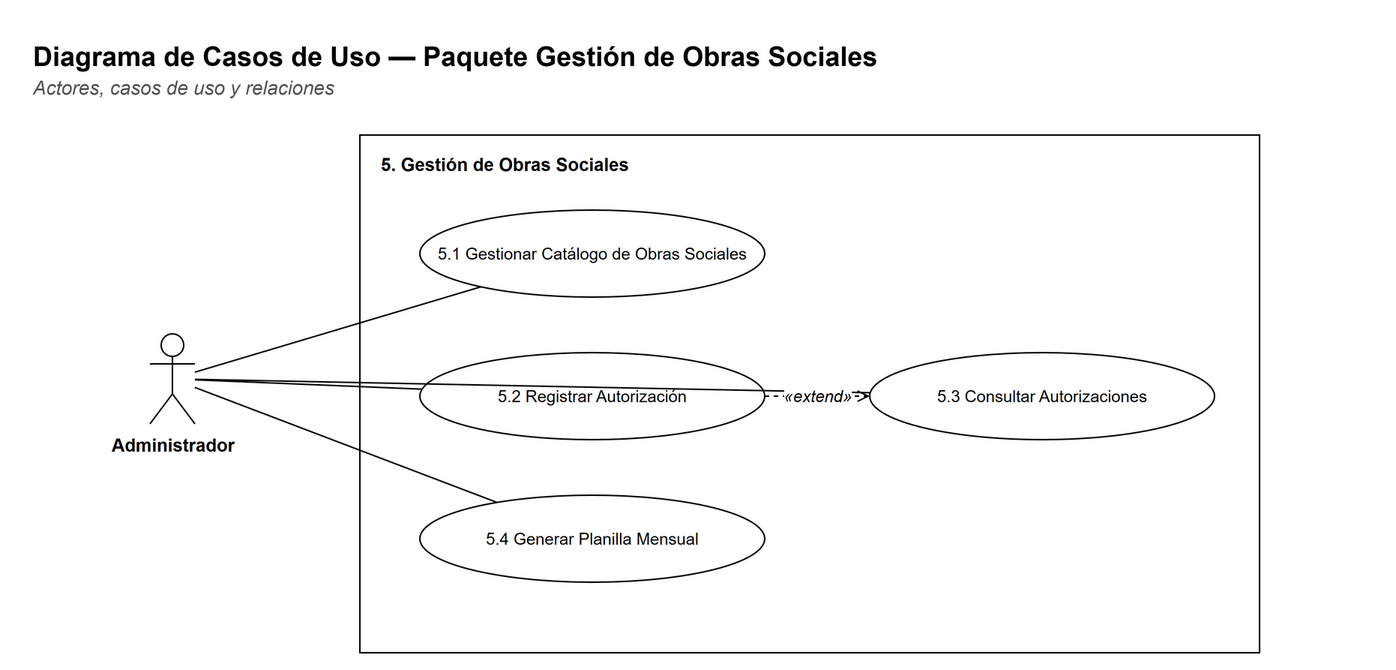
Earlier version of the draw.io export docs/diagramas/paquete-obras-casos.png (Matiglorioso/kineturnos). Source tidied: cells renumbered, new cells last; positions are measured from the earlier drawing's top-left corner, leaving out a move shared by most shapes. The source it was exported from:
```xml
<mxGraphModel background="#FFFFFF">
  <root>
    <mxCell id="0" />
    <mxCell id="1" parent="0" />
    <mxCell id="2" value="&lt;b&gt;Diagrama de Casos de Uso — Paquete Gestión de Obras Sociales&lt;/b&gt;" style="text;html=1;strokeColor=none;fillColor=none;align=left;verticalAlign=top;whiteSpace=wrap;fontFamily=Helvetica;fontSize=18;" parent="1" vertex="1">
      <mxGeometry width="900" height="26" as="geometry" />
    </mxCell>
    <mxCell id="3" value="&lt;i&gt;Actores, casos de uso y relaciones&lt;/i&gt;" style="text;html=1;strokeColor=none;fillColor=none;align=left;verticalAlign=top;whiteSpace=wrap;fontFamily=Helvetica;fontSize=13;fontColor=#555555;" parent="1" vertex="1">
      <mxGeometry y="24" width="900" height="20" as="geometry" />
    </mxCell>
    <mxCell id="4" style="rounded=0;whiteSpace=wrap;html=1;fillColor=#FFFFFF;strokeColor=#000000;fontFamily=Helvetica;fontSize=12;verticalAlign=top;" parent="1" vertex="1">
      <mxGeometry x="220" y="70" width="600" height="345" as="geometry" />
    </mxCell>
    <mxCell id="5" value="&lt;b&gt;5. Gestión de Obras Sociales&lt;/b&gt;" style="text;html=1;strokeColor=none;fillColor=none;align=left;verticalAlign=top;whiteSpace=wrap;fontFamily=Helvetica;fontSize=12;" parent="1" vertex="1">
      <mxGeometry x="232" y="76" width="580" height="20" as="geometry" />
    </mxCell>
    <mxCell id="6" value="5.1 Gestionar Catálogo de Obras Sociales" style="ellipse;whiteSpace=wrap;html=1;fillColor=#FFFFFF;strokeColor=#000000;fontFamily=Helvetica;fontSize=11;" parent="1" vertex="1">
      <mxGeometry x="260" y="120" width="230" height="58" as="geometry" />
    </mxCell>
    <mxCell id="7" value="5.2 Registrar Autorización" style="ellipse;whiteSpace=wrap;html=1;fillColor=#FFFFFF;strokeColor=#000000;fontFamily=Helvetica;fontSize=11;" parent="1" vertex="1">
      <mxGeometry x="260" y="215" width="230" height="58" as="geometry" />
    </mxCell>
    <mxCell id="8" value="5.4 Generar Planilla Mensual" style="ellipse;whiteSpace=wrap;html=1;fillColor=#FFFFFF;strokeColor=#000000;fontFamily=Helvetica;fontSize=11;" parent="1" vertex="1">
      <mxGeometry x="260" y="310" width="230" height="58" as="geometry" />
    </mxCell>
    <mxCell id="9" value="5.3 Consultar Autorizaciones" style="ellipse;whiteSpace=wrap;html=1;fillColor=#FFFFFF;strokeColor=#000000;fontFamily=Helvetica;fontSize=11;" parent="1" vertex="1">
      <mxGeometry x="560" y="215" width="230" height="58" as="geometry" />
    </mxCell>
    <mxCell id="10" value="Administrador" style="shape=umlActor;verticalLabelPosition=bottom;verticalAlign=top;html=1;outlineConnect=0;fillColor=#FFFFFF;strokeColor=#000000;fontFamily=Helvetica;fontSize=12;fontStyle=1;" parent="1" vertex="1">
      <mxGeometry x="80" y="202.5" width="30" height="60" as="geometry" />
    </mxCell>
    <mxCell id="11" style="edgeStyle=none;html=1;endArrow=none;endFill=0;strokeColor=#000000;fontFamily=Helvetica;fontSize=11;labelBackgroundColor=#FFFFFF;" parent="1" edge="1" source="10" target="6">
      <mxGeometry relative="1" as="geometry" />
    </mxCell>
    <mxCell id="12" style="edgeStyle=none;html=1;endArrow=none;endFill=0;strokeColor=#000000;fontFamily=Helvetica;fontSize=11;labelBackgroundColor=#FFFFFF;" parent="1" edge="1" source="10" target="7">
      <mxGeometry relative="1" as="geometry" />
    </mxCell>
    <mxCell id="13" style="edgeStyle=none;html=1;endArrow=none;endFill=0;strokeColor=#000000;fontFamily=Helvetica;fontSize=11;labelBackgroundColor=#FFFFFF;" parent="1" edge="1" source="10" target="9">
      <mxGeometry relative="1" as="geometry" />
    </mxCell>
    <mxCell id="14" style="edgeStyle=none;html=1;endArrow=none;endFill=0;strokeColor=#000000;fontFamily=Helvetica;fontSize=11;labelBackgroundColor=#FFFFFF;" parent="1" edge="1" source="10" target="8">
      <mxGeometry relative="1" as="geometry" />
    </mxCell>
    <mxCell id="15" value="«extend»" style="edgeStyle=none;html=1;endArrow=open;endFill=0;strokeColor=#000000;fontFamily=Helvetica;fontSize=11;labelBackgroundColor=#FFFFFF;dashed=1;fontStyle=2;" parent="1" edge="1" source="7" target="9">
      <mxGeometry relative="1" as="geometry" />
    </mxCell>
  </root>
</mxGraphModel>
```
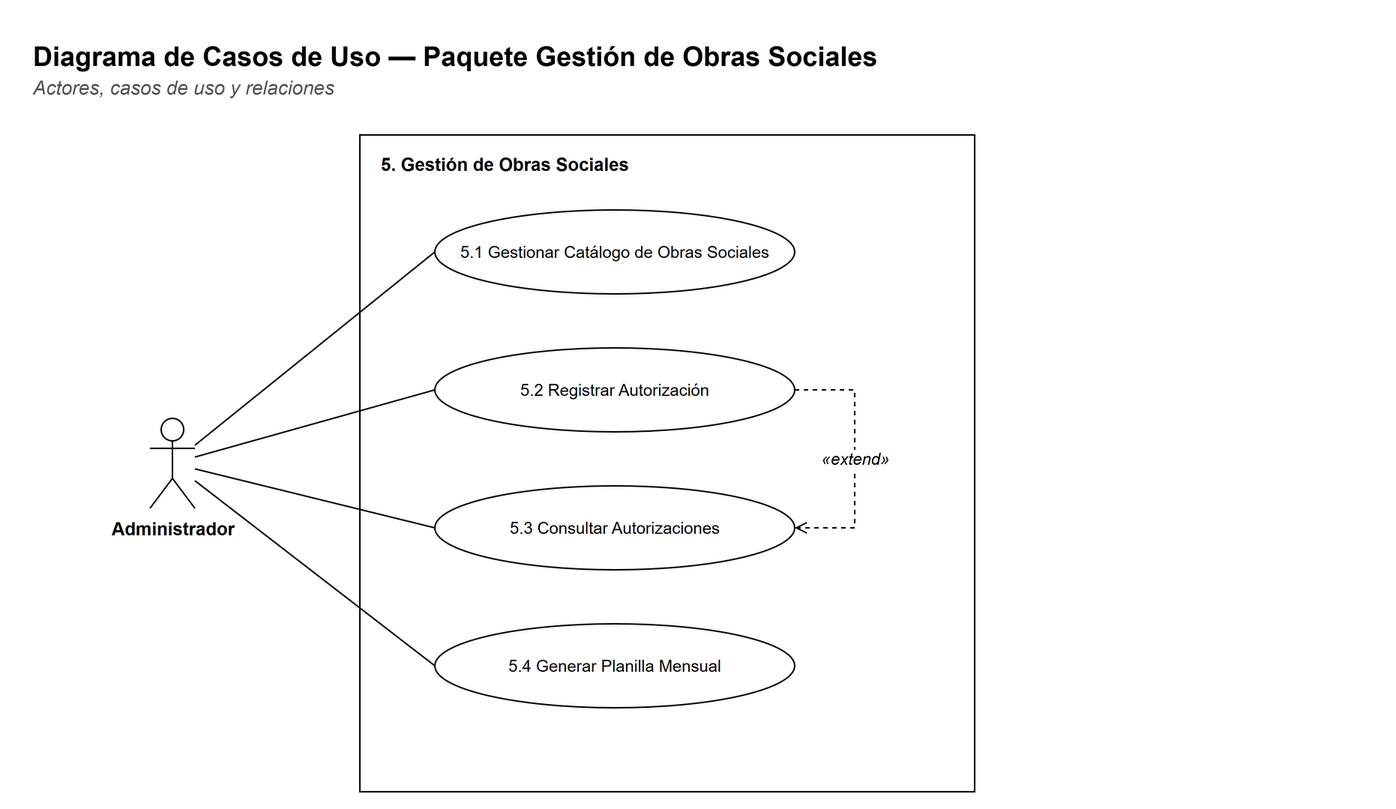
After the change.

Diff of the diagram source:
```diff
@@ -9,40 +9,45 @@
       <mxGeometry y="24" width="900" height="20" as="geometry" />
     </mxCell>
     <mxCell id="4" style="rounded=0;whiteSpace=wrap;html=1;fillColor=#FFFFFF;strokeColor=#000000;fontFamily=Helvetica;fontSize=12;verticalAlign=top;" parent="1" vertex="1">
-      <mxGeometry x="220" y="70" width="600" height="345" as="geometry" />
+      <mxGeometry x="220" y="70" width="410" height="438" as="geometry" />
     </mxCell>
     <mxCell id="5" value="&lt;b&gt;5. Gestión de Obras Sociales&lt;/b&gt;" style="text;html=1;strokeColor=none;fillColor=none;align=left;verticalAlign=top;whiteSpace=wrap;fontFamily=Helvetica;fontSize=12;" parent="1" vertex="1">
-      <mxGeometry x="232" y="76" width="580" height="20" as="geometry" />
+      <mxGeometry x="232" y="76" width="390" height="20" as="geometry" />
     </mxCell>
     <mxCell id="6" value="5.1 Gestionar Catálogo de Obras Sociales" style="ellipse;whiteSpace=wrap;html=1;fillColor=#FFFFFF;strokeColor=#000000;fontFamily=Helvetica;fontSize=11;" parent="1" vertex="1">
-      <mxGeometry x="260" y="120" width="230" height="58" as="geometry" />
+      <mxGeometry x="270" y="120" width="240" height="56" as="geometry" />
     </mxCell>
     <mxCell id="7" value="5.2 Registrar Autorización" style="ellipse;whiteSpace=wrap;html=1;fillColor=#FFFFFF;strokeColor=#000000;fontFamily=Helvetica;fontSize=11;" parent="1" vertex="1">
-      <mxGeometry x="260" y="215" width="230" height="58" as="geometry" />
+      <mxGeometry x="270" y="212" width="240" height="56" as="geometry" />
     </mxCell>
-    <mxCell id="8" value="5.4 Generar Planilla Mensual" style="ellipse;whiteSpace=wrap;html=1;fillColor=#FFFFFF;strokeColor=#000000;fontFamily=Helvetica;fontSize=11;" parent="1" vertex="1">
-      <mxGeometry x="260" y="310" width="230" height="58" as="geometry" />
+    <mxCell id="8" value="5.3 Consultar Autorizaciones" style="ellipse;whiteSpace=wrap;html=1;fillColor=#FFFFFF;strokeColor=#000000;fontFamily=Helvetica;fontSize=11;" parent="1" vertex="1">
+      <mxGeometry x="270" y="304" width="240" height="56" as="geometry" />
     </mxCell>
-    <mxCell id="9" value="5.3 Consultar Autorizaciones" style="ellipse;whiteSpace=wrap;html=1;fillColor=#FFFFFF;strokeColor=#000000;fontFamily=Helvetica;fontSize=11;" parent="1" vertex="1">
-      <mxGeometry x="560" y="215" width="230" height="58" as="geometry" />
+    <mxCell id="9" value="5.4 Generar Planilla Mensual" style="ellipse;whiteSpace=wrap;html=1;fillColor=#FFFFFF;strokeColor=#000000;fontFamily=Helvetica;fontSize=11;" parent="1" vertex="1">
+      <mxGeometry x="270" y="396" width="240" height="56" as="geometry" />
     </mxCell>
     <mxCell id="10" value="Administrador" style="shape=umlActor;verticalLabelPosition=bottom;verticalAlign=top;html=1;outlineConnect=0;fillColor=#FFFFFF;strokeColor=#000000;fontFamily=Helvetica;fontSize=12;fontStyle=1;" parent="1" vertex="1">
-      <mxGeometry x="80" y="202.5" width="30" height="60" as="geometry" />
+      <mxGeometry x="80" y="259" width="30" height="60" as="geometry" />
     </mxCell>
-    <mxCell id="11" style="edgeStyle=none;html=1;endArrow=none;endFill=0;strokeColor=#000000;fontFamily=Helvetica;fontSize=11;labelBackgroundColor=#FFFFFF;" parent="1" edge="1" source="10" target="6">
+    <mxCell id="11" style="edgeStyle=none;html=1;endArrow=none;endFill=0;strokeColor=#000000;fontFamily=Helvetica;fontSize=11;labelBackgroundColor=#FFFFFF;entryX=0;entryY=0.5;entryDx=0;entryDy=0;" parent="1" edge="1" source="10" target="6">
       <mxGeometry relative="1" as="geometry" />
     </mxCell>
-    <mxCell id="12" style="edgeStyle=none;html=1;endArrow=none;endFill=0;strokeColor=#000000;fontFamily=Helvetica;fontSize=11;labelBackgroundColor=#FFFFFF;" parent="1" edge="1" source="10" target="7">
+    <mxCell id="12" style="edgeStyle=none;html=1;endArrow=none;endFill=0;strokeColor=#000000;fontFamily=Helvetica;fontSize=11;labelBackgroundColor=#FFFFFF;entryX=0;entryY=0.5;entryDx=0;entryDy=0;" parent="1" edge="1" source="10" target="7">
       <mxGeometry relative="1" as="geometry" />
     </mxCell>
-    <mxCell id="13" style="edgeStyle=none;html=1;endArrow=none;endFill=0;strokeColor=#000000;fontFamily=Helvetica;fontSize=11;labelBackgroundColor=#FFFFFF;" parent="1" edge="1" source="10" target="9">
+    <mxCell id="13" style="edgeStyle=none;html=1;endArrow=none;endFill=0;strokeColor=#000000;fontFamily=Helvetica;fontSize=11;labelBackgroundColor=#FFFFFF;entryX=0;entryY=0.5;entryDx=0;entryDy=0;" parent="1" edge="1" source="10" target="8">
       <mxGeometry relative="1" as="geometry" />
     </mxCell>
-    <mxCell id="14" style="edgeStyle=none;html=1;endArrow=none;endFill=0;strokeColor=#000000;fontFamily=Helvetica;fontSize=11;labelBackgroundColor=#FFFFFF;" parent="1" edge="1" source="10" target="8">
+    <mxCell id="14" style="edgeStyle=none;html=1;endArrow=none;endFill=0;strokeColor=#000000;fontFamily=Helvetica;fontSize=11;labelBackgroundColor=#FFFFFF;entryX=0;entryY=0.5;entryDx=0;entryDy=0;" parent="1" edge="1" source="10" target="9">
       <mxGeometry relative="1" as="geometry" />
     </mxCell>
-    <mxCell id="15" value="«extend»" style="edgeStyle=none;html=1;endArrow=open;endFill=0;strokeColor=#000000;fontFamily=Helvetica;fontSize=11;labelBackgroundColor=#FFFFFF;dashed=1;fontStyle=2;" parent="1" edge="1" source="7" target="9">
-      <mxGeometry relative="1" as="geometry" />
+    <mxCell id="15" value="«extend»" style="edgeStyle=orthogonalEdgeStyle;rounded=0;html=1;endArrow=open;startArrow=none;endFill=0;startFill=0;strokeColor=#000000;fontFamily=Helvetica;fontSize=11;fontStyle=2;labelBackgroundColor=#FFFFFF;dashed=1;exitX=1;exitY=0.5;exitDx=0;exitDy=0;entryX=1;entryY=0.5;entryDx=0;entryDy=0;" parent="1" edge="1" source="7" target="8">
+      <mxGeometry relative="1" as="geometry">
+        <Array as="points">
+          <mxPoint x="550" y="240" />
+          <mxPoint x="550" y="332" />
+        </Array>
+      </mxGeometry>
     </mxCell>
   </root>
 </mxGraphModel>
```
